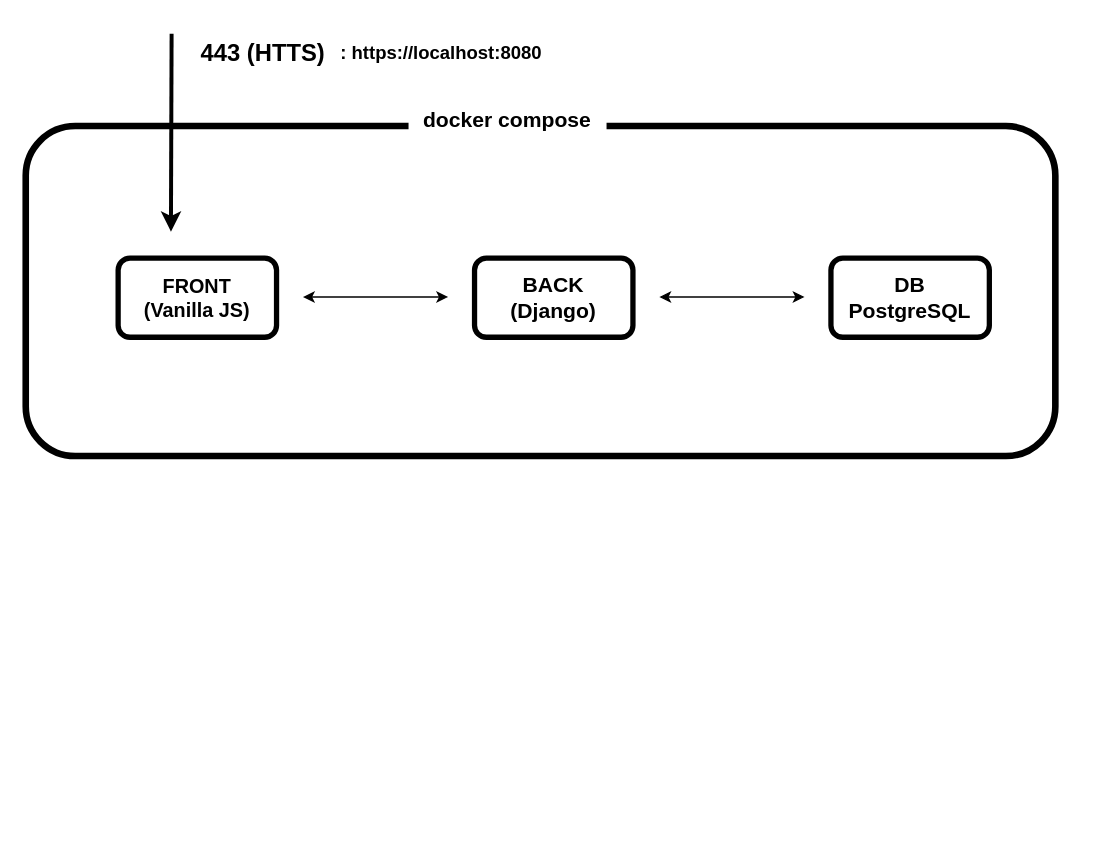
This is docs/architecture/ft_transcendence.drawio from ichinose9372/ft_transcendense_42, a draw.io file, before an edit. Source tidied: cells renumbered, new cells numbered last; positions are measured from the earlier drawing's top-left corner, leaving out a move shared by most shapes. Both pictures are drawn from the tidied source at 132%, with x=0, y=0 at pixel (25, 33).
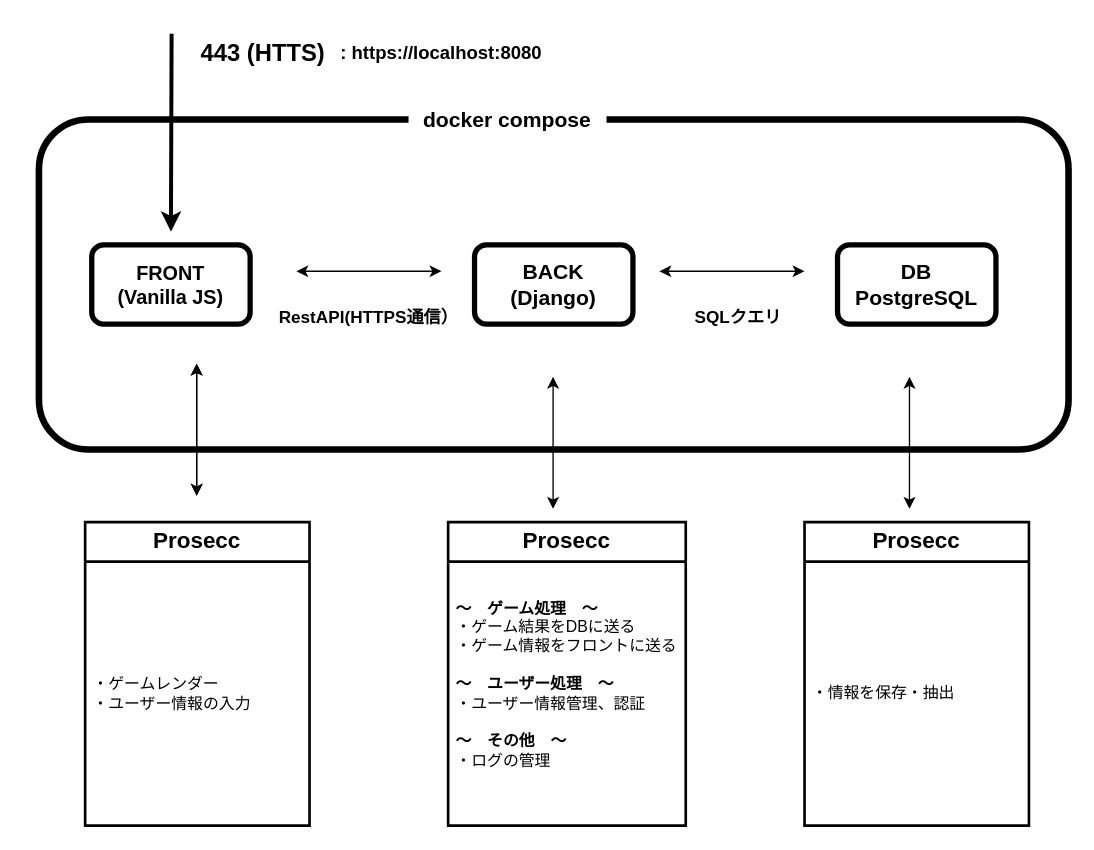
Above is the later version.

Commit message (it also covers changes not shown here):
ft_transcendence.drawio を更新します

What changed in the source:
```diff
@@
     <mxCell id="2" style="rounded=1;whiteSpace=wrap;html=1;fillColor=none;fontStyle=0;strokeWidth=5;" parent="1" vertex="1">
-      <mxGeometry y="70" width="780" height="250" as="geometry" />
+      <mxGeometry x="10" y="65" width="780" height="250" as="geometry" />
     </mxCell>
     <mxCell id="3" value="DB&lt;div style=&quot;font-size: 16px;&quot;&gt;PostgreSQL&lt;/div&gt;" style="rounded=1;whiteSpace=wrap;html=1;strokeWidth=4;fontStyle=1;fontSize=16;" parent="1" vertex="1">
-      <mxGeometry x="610" y="170" width="120" height="60" as="geometry" />
+      <mxGeometry x="615" y="160" width="120" height="60" as="geometry" />
     </mxCell>
     <mxCell id="4" value="FRONT&lt;br style=&quot;font-size: 15px;&quot;&gt;(Vanilla JS)" style="rounded=1;whiteSpace=wrap;html=1;strokeWidth=4;fontStyle=1;fontSize=15;" parent="1" vertex="1">
-      <mxGeometry x="70" y="170" width="120" height="60" as="geometry" />
+      <mxGeometry x="50" y="160" width="120" height="60" as="geometry" />
     </mxCell>
     <mxCell id="5" value="BACK&lt;br style=&quot;font-size: 16px;&quot;&gt;(Django)" style="rounded=1;whiteSpace=wrap;html=1;strokeWidth=4;fontSize=16;fontStyle=1;" parent="1" vertex="1">
-      <mxGeometry x="340" y="170" width="120" height="60" as="geometry" />
+      <mxGeometry x="340" y="160" width="120" height="60" as="geometry" />
     </mxCell>
@@
     <mxCell id="7" style="endArrow=classic;startArrow=classic;html=1;rounded=0;" parent="1" edge="1">
       <mxGeometry relative="1" as="geometry">
-        <mxPoint x="210" y="199.5" as="sourcePoint" />
-        <mxPoint x="320" y="199.5" as="targetPoint" />
+        <mxPoint x="205" y="180" as="sourcePoint" />
+        <mxPoint x="315" y="180" as="targetPoint" />
       </mxGeometry>
     </mxCell>
     <mxCell id="8" style="endArrow=classic;startArrow=classic;html=1;rounded=0;" parent="1" edge="1">
       <mxGeometry relative="1" as="geometry">
-        <mxPoint x="480" y="199.5" as="sourcePoint" />
-        <mxPoint x="590" y="199.5" as="targetPoint" />
+        <mxPoint x="480" y="180" as="sourcePoint" />
+        <mxPoint x="590" y="180" as="targetPoint" />
       </mxGeometry>
     </mxCell>
@@
+    <mxCell id="13" style="endArrow=classic;startArrow=classic;html=1;rounded=0;" parent="1" edge="1">
+      <mxGeometry relative="1" as="geometry">
+        <mxPoint x="129.5" y="350" as="sourcePoint" />
+        <mxPoint x="129.5" y="250" as="targetPoint" />
+      </mxGeometry>
+    </mxCell>
+    <mxCell id="14" style="endArrow=classic;startArrow=classic;html=1;rounded=0;" parent="1" edge="1">
+      <mxGeometry relative="1" as="geometry">
+        <mxPoint x="129.5" y="350" as="sourcePoint" />
+        <mxPoint x="129.5" y="250" as="targetPoint" />
+      </mxGeometry>
+    </mxCell>
+    <mxCell id="15" style="endArrow=classic;startArrow=classic;html=1;rounded=0;" parent="1" edge="1">
+      <mxGeometry relative="1" as="geometry">
+        <mxPoint x="399.5" y="360" as="sourcePoint" />
+        <mxPoint x="399.5" y="260" as="targetPoint" />
+      </mxGeometry>
+    </mxCell>
+    <mxCell id="16" style="endArrow=classic;startArrow=classic;html=1;rounded=0;" parent="1" edge="1">
+      <mxGeometry relative="1" as="geometry">
+        <mxPoint x="669.5" y="360" as="sourcePoint" />
+        <mxPoint x="669.5" y="260" as="targetPoint" />
+      </mxGeometry>
+    </mxCell>
+    <mxCell id="17" value="&lt;b&gt;&lt;font style=&quot;font-size: 17px;&quot;&gt;Prosecc&lt;/font&gt;&lt;/b&gt;" style="swimlane;fontStyle=0;horizontal=1;startSize=30;whiteSpace=wrap;html=1;strokeWidth=2;" parent="1" vertex="1">
+      <mxGeometry x="45" y="370" width="170" height="230" as="geometry" />
+    </mxCell>
+    <mxCell id="18" value="・ゲームレンダー&lt;div&gt;・ユーザー情報の入力&lt;/div&gt;" style="text;strokeColor=none;fillColor=none;align=left;verticalAlign=middle;spacingLeft=4;spacingRight=4;overflow=hidden;whiteSpace=wrap;html=1;" parent="17" vertex="1">
+      <mxGeometry y="30" width="170" height="200" as="geometry" />
+    </mxCell>
+    <mxCell id="19" value="&lt;b&gt;&lt;font style=&quot;font-size: 17px;&quot;&gt;Prosecc&lt;/font&gt;&lt;/b&gt;" style="swimlane;fontStyle=0;horizontal=1;startSize=30;whiteSpace=wrap;html=1;strokeWidth=2;" parent="1" vertex="1">
+      <mxGeometry x="320" y="370" width="180" height="230" as="geometry" />
+    </mxCell>
+    <mxCell id="20" value="&lt;b&gt;〜　ゲーム処理　〜&lt;/b&gt;&lt;br&gt;・ゲーム結果をDBに送る&lt;br&gt;・ゲーム情報をフロントに送る&lt;br&gt;&lt;br&gt;&lt;b&gt;〜　ユーザー処理　〜&lt;/b&gt;&lt;b&gt;&lt;br&gt;&lt;/b&gt;&lt;div&gt;・ユーザー情報管理、認証&lt;br&gt;&lt;br&gt;&lt;b&gt;〜　その他　〜&lt;br&gt;&lt;/b&gt;・ログの管理&lt;/div&gt;&lt;div&gt;&lt;br&gt;&lt;/div&gt;" style="text;strokeColor=none;fillColor=none;align=left;verticalAlign=middle;spacingLeft=4;spacingRight=4;overflow=hidden;whiteSpace=wrap;html=1;" parent="19" vertex="1">
+      <mxGeometry y="30" width="180" height="200" as="geometry" />
+    </mxCell>
+    <mxCell id="21" value="&lt;b&gt;&lt;font style=&quot;font-size: 17px;&quot;&gt;Prosecc&lt;/font&gt;&lt;/b&gt;" style="swimlane;fontStyle=0;horizontal=1;startSize=30;whiteSpace=wrap;html=1;strokeWidth=2;" parent="1" vertex="1">
+      <mxGeometry x="590" y="370" width="170" height="230" as="geometry" />
+    </mxCell>
+    <mxCell id="22" value="・情報を保存・抽出" style="text;strokeColor=none;fillColor=none;align=left;verticalAlign=middle;spacingLeft=4;spacingRight=4;overflow=hidden;whiteSpace=wrap;html=1;" parent="21" vertex="1">
+      <mxGeometry y="30" width="170" height="200" as="geometry" />
+    </mxCell>
+    <mxCell id="23" value="RestAPI(HTTPS通信）" style="text;html=1;align=center;verticalAlign=middle;whiteSpace=wrap;rounded=0;fontStyle=1;fontSize=13;" parent="1" vertex="1">
+      <mxGeometry x="190" y="190" width="140" height="50" as="geometry" />
+    </mxCell>
+    <mxCell id="24" value="SQLクエリ" style="text;html=1;align=center;verticalAlign=middle;whiteSpace=wrap;rounded=0;fontStyle=1;fontSize=13;" parent="1" vertex="1">
+      <mxGeometry x="490" y="200" width="100" height="30" as="geometry" />
+    </mxCell>
```
